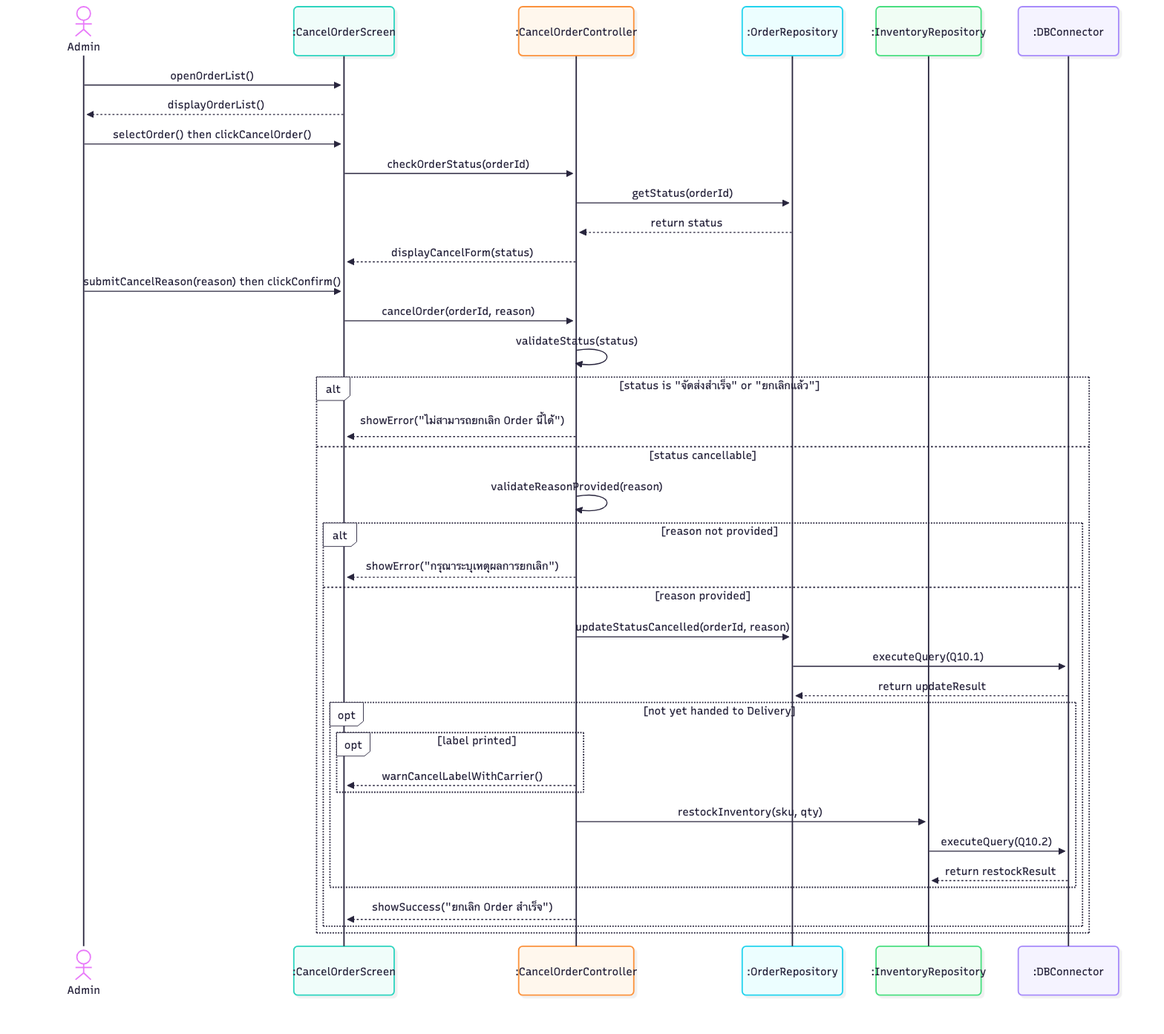
Before: 03-chapter2-use-case-descriptions/diagrams/png/7A-sequence.png, a diagram exported from Mermaid (xbpkdi/321-sa-proj). Its source is kept beside it as 03-chapter2-use-case-descriptions/diagrams/mmd/7A-sequence.mmd.
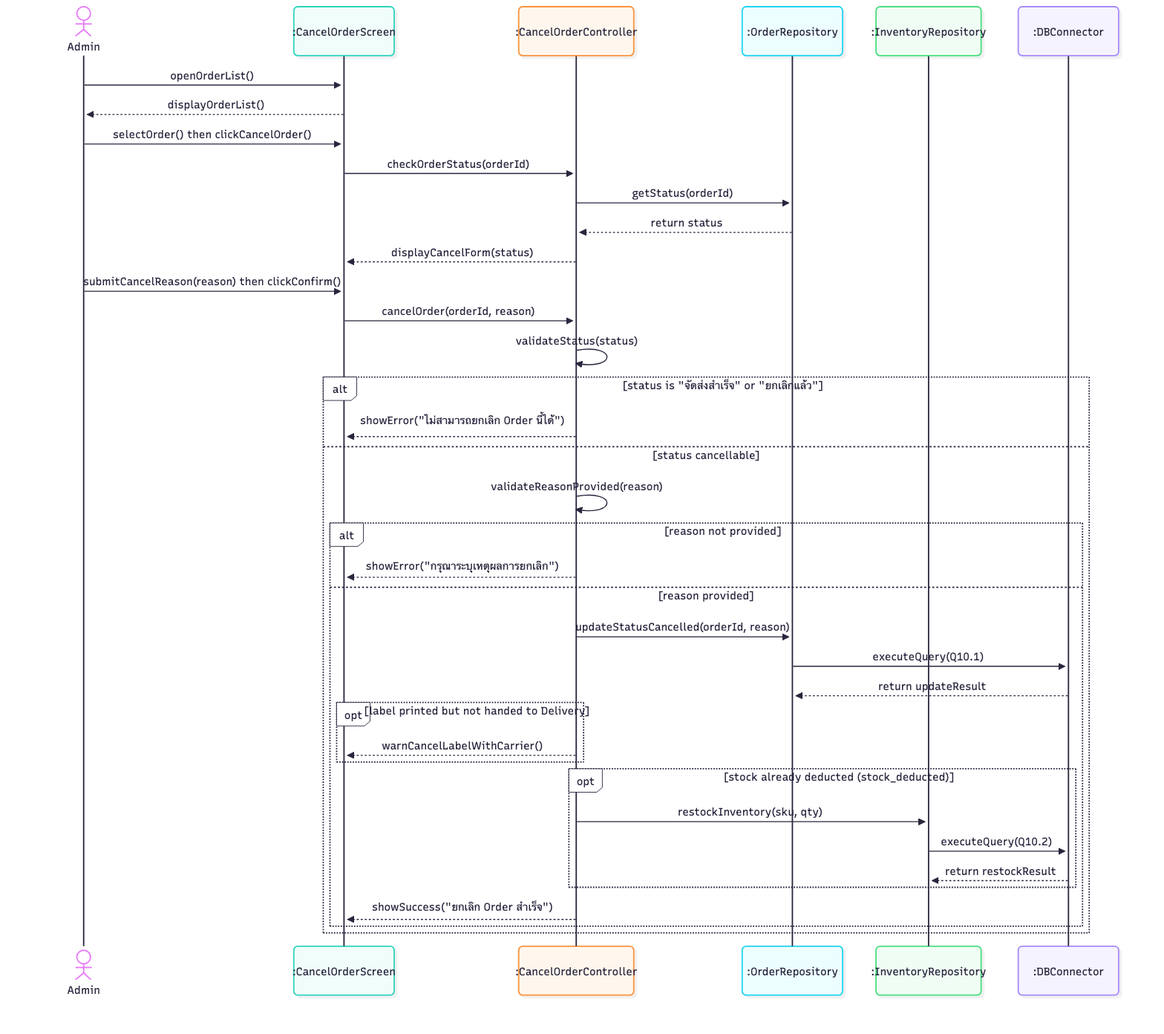
Later version of the same file.

Commit message:
docs: restock on 7A cancel only when stock was already deducted

Stock is deducted in 7S after shipping, so an order cancelled before
delivery has nothing to give back. Restocking it anyway would count the
same units twice.

Diff of the diagram source:
```diff
@@ -27,10 +27,10 @@
             COC->>OrderRepo: updateStatusCancelled(orderId, reason)
             OrderRepo->>DB: executeQuery(Q10.1)
             DB-->>OrderRepo: return updateResult
-            opt not yet handed to Delivery
-                opt label printed
-                    COC-->>Screen: warnCancelLabelWithCarrier()
-                end
+            opt label printed but not handed to Delivery
+                COC-->>Screen: warnCancelLabelWithCarrier()
+            end
+            opt stock already deducted (stock_deducted)
                 COC->>InvRepo: restockInventory(sku, qty)
                 InvRepo->>DB: executeQuery(Q10.2)
                 DB-->>InvRepo: return restockResult
```
